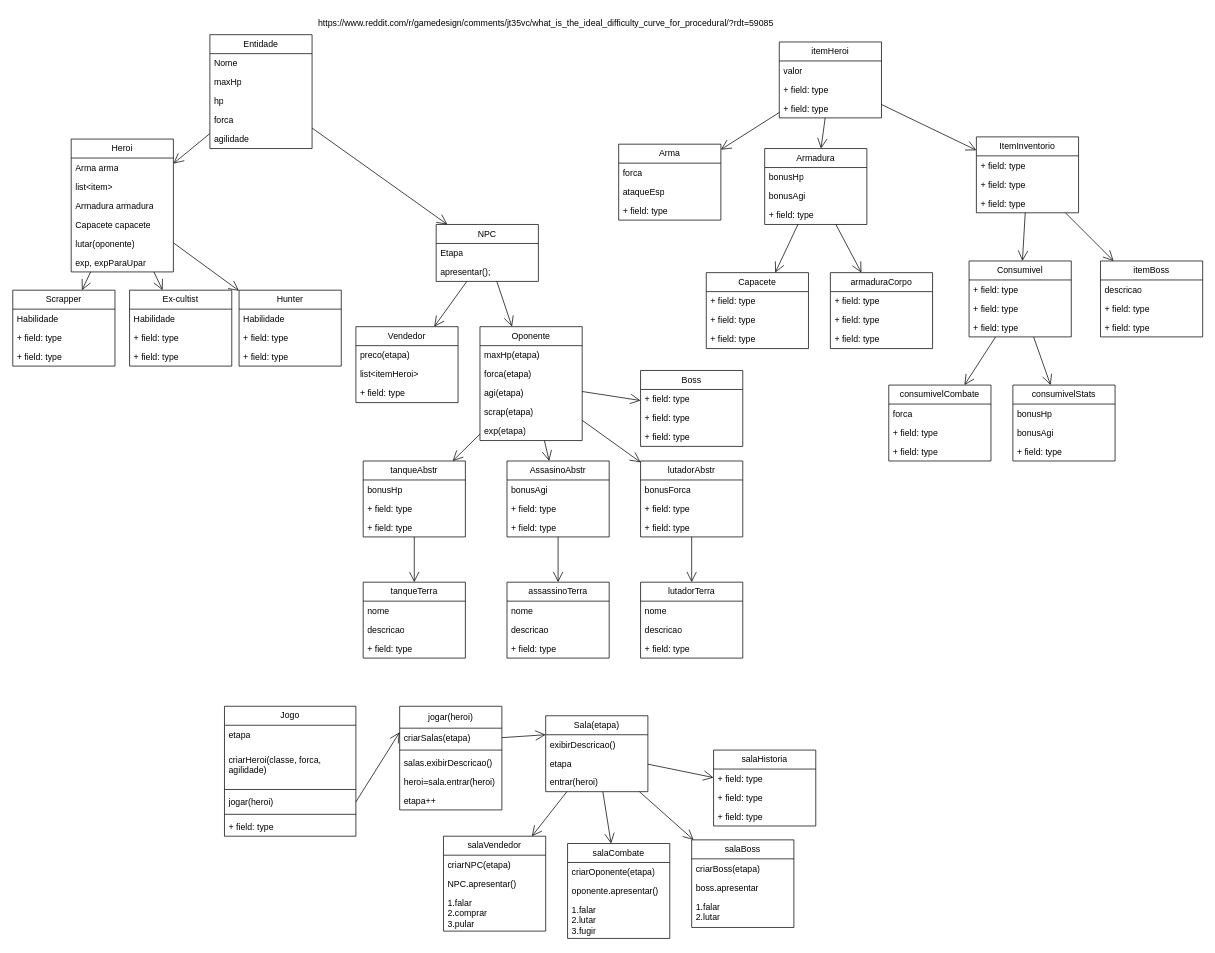
Guilherme-Carasek/sftdev keeps this draw.io diagram as sftdev/POO/TP_POO_guilherme_carasek/Diagrama.drawio. Above is the earlier version. Source tidied: cells renumbered, new cells numbered last; positions are measured from the earlier drawing's top-left corner, leaving out a move shared by most shapes. Both pictures are drawn from the tidied source at 73%, with x=0, y=0 at pixel (12, 12).
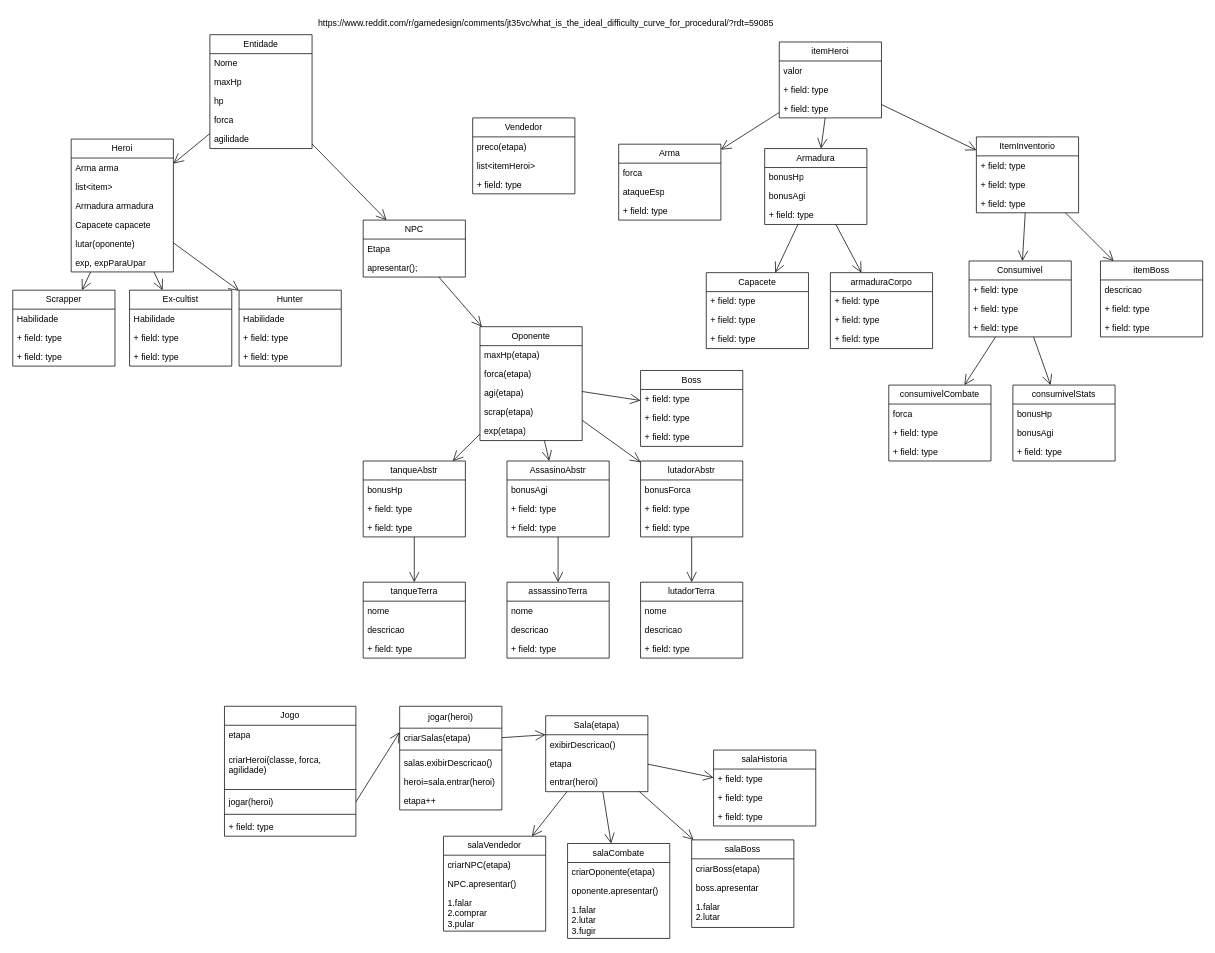
After the change.

Diff of the diagram source:
```diff
@@
     <mxCell id="15" value="NPC" style="swimlane;fontStyle=0;horizontal=1;startSize=26;fillColor=none;whiteSpace=wrap;html=1;" parent="1" vertex="1">
-      <mxGeometry x="580" y="290" width="140" height="78" as="geometry" />
+      <mxGeometry x="480" y="284" width="140" height="78" as="geometry" />
     </mxCell>
@@
     <mxCell id="85" value="Vendedor" style="swimlane;fontStyle=0;horizontal=1;startSize=26;fillColor=none;whiteSpace=wrap;html=1;" parent="1" vertex="1">
-      <mxGeometry x="470" y="430" width="140" height="104" as="geometry" />
+      <mxGeometry x="630" y="144" width="140" height="104" as="geometry" />
     </mxCell>
@@
-    <mxCell id="95" style="endArrow=open;endFill=1;endSize=12;html=1;rounded=0;" parent="1" edge="1" source="15" target="85">
-      <mxGeometry relative="1" as="geometry" />
-    </mxCell>
```
